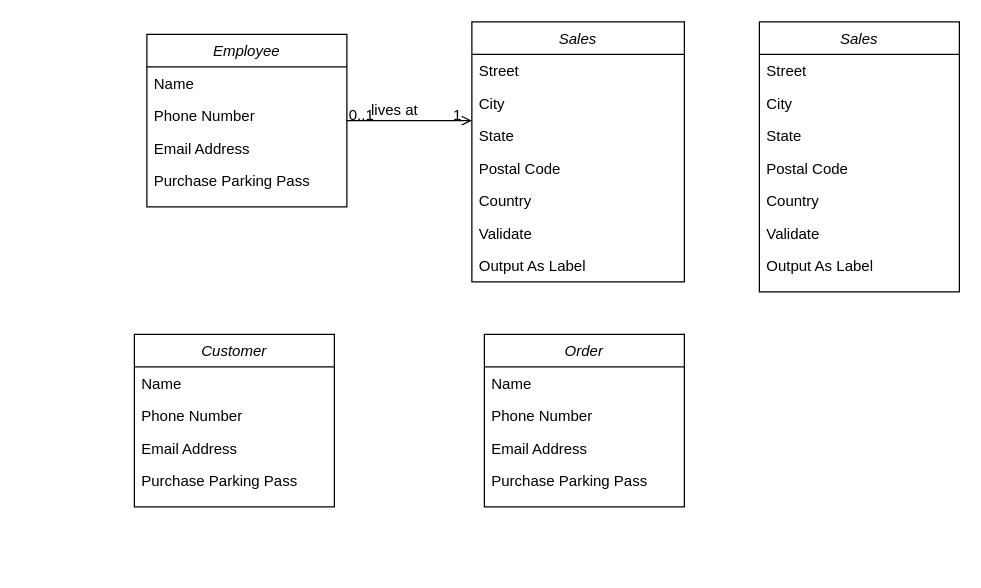
lynnc00/sql keeps this draw.io diagram as 02_assignments/Logical Model - Bookstore.drawio. Above is the earlier version. Source tidied: cells renumbered, new cells numbered last; positions are measured from the earlier drawing's top-left corner, leaving out a move shared by most shapes. Both pictures are drawn from the tidied source at 125%, with x=0, y=0 at pixel (134, 21).
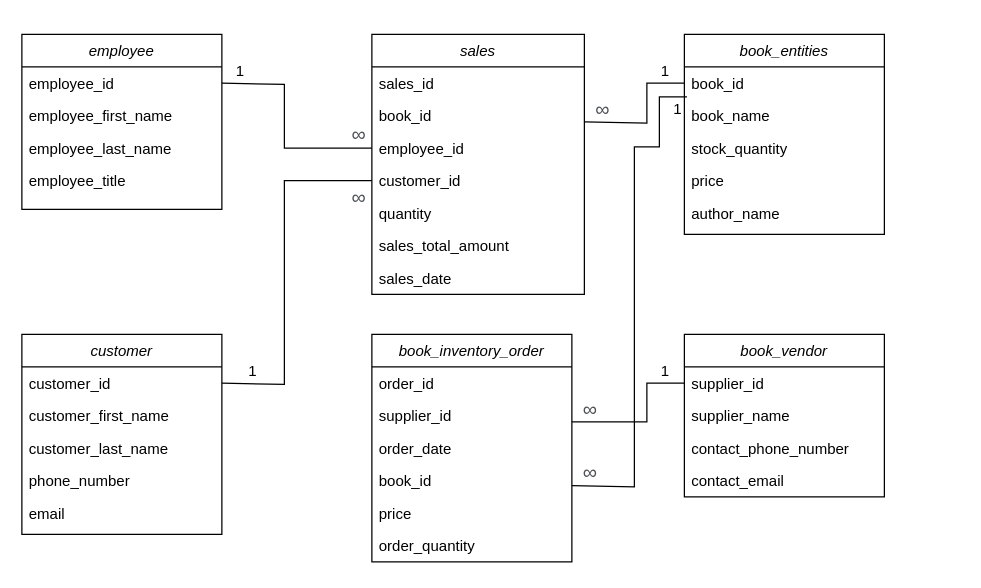
The same page after the edit.

Change to the diagram source:
```diff
@@
-    <mxCell id="2" value="Employee" style="swimlane;fontStyle=2;align=center;verticalAlign=top;horizontal=1;startSize=26;rounded=0;shadow=0;strokeWidth=1;" parent="1" vertex="1">
-      <mxGeometry x="10" y="10" width="160" height="138" as="geometry" />
+    <mxCell id="2" value="employee" style="swimlane;fontStyle=2;align=center;verticalAlign=top;horizontal=1;startSize=26;rounded=0;shadow=0;strokeWidth=1;" parent="1" vertex="1">
+      <mxGeometry x="-90" y="10" width="160" height="140" as="geometry" />
     </mxCell>
-    <mxCell id="3" value="Name" style="text;align=left;verticalAlign=top;spacingLeft=4;spacingRight=4;overflow=hidden;points=[[0,0.5],[1,0.5]];portConstraint=eastwest;" parent="2" vertex="1">
+    <mxCell id="3" value="employee_id" style="text;align=left;verticalAlign=top;spacingLeft=4;spacingRight=4;overflow=hidden;points=[[0,0.5],[1,0.5]];portConstraint=eastwest;" parent="2" vertex="1">
       <mxGeometry y="26" width="160" height="26" as="geometry" />
     </mxCell>
-    <mxCell id="4" value="Phone Number" style="text;align=left;verticalAlign=top;spacingLeft=4;spacingRight=4;overflow=hidden;rounded=0;shadow=0;html=0;" parent="2" vertex="1">
+    <mxCell id="4" value="employee_first_name" style="text;align=left;verticalAlign=top;spacingLeft=4;spacingRight=4;overflow=hidden;rounded=0;shadow=0;html=0;" parent="2" vertex="1">
       <mxGeometry y="52" width="160" height="26" as="geometry" />
     </mxCell>
-    <mxCell id="5" value="Email Address" style="text;align=left;verticalAlign=top;spacingLeft=4;spacingRight=4;overflow=hidden;rounded=0;shadow=0;html=0;" parent="2" vertex="1">
+    <mxCell id="5" value="employee_last_name" style="text;align=left;verticalAlign=top;spacingLeft=4;spacingRight=4;overflow=hidden;rounded=0;shadow=0;html=0;" parent="2" vertex="1">
       <mxGeometry y="78" width="160" height="26" as="geometry" />
     </mxCell>
-    <mxCell id="6" value="Purchase Parking Pass" style="text;align=left;verticalAlign=top;spacingLeft=4;spacingRight=4;overflow=hidden;" parent="2" vertex="1">
+    <mxCell id="6" value="employee_title" style="text;align=left;verticalAlign=top;spacingLeft=4;spacingRight=4;overflow=hidden;" parent="2" vertex="1">
       <mxGeometry y="104" width="160" height="26" as="geometry" />
     </mxCell>
-    <mxCell id="7" value="Sales" style="swimlane;fontStyle=2;align=center;verticalAlign=top;horizontal=1;startSize=26;rounded=0;shadow=0;strokeWidth=1;" parent="1" vertex="1">
-      <mxGeometry x="270" width="170" height="208" as="geometry" />
+    <mxCell id="7" value="sales" style="swimlane;fontStyle=2;align=center;verticalAlign=top;horizontal=1;startSize=26;rounded=0;shadow=0;strokeWidth=1;" parent="1" vertex="1">
+      <mxGeometry x="190" y="10" width="170" height="208" as="geometry" />
     </mxCell>
-    <mxCell id="8" value="Street" style="text;align=left;verticalAlign=top;spacingLeft=4;spacingRight=4;overflow=hidden;" parent="7" vertex="1">
+    <mxCell id="8" value="sales_id" style="text;align=left;verticalAlign=top;spacingLeft=4;spacingRight=4;overflow=hidden;" parent="7" vertex="1">
       <mxGeometry y="26" width="170" height="26" as="geometry" />
     </mxCell>
-    <mxCell id="9" value="City" style="text;align=left;verticalAlign=top;spacingLeft=4;spacingRight=4;overflow=hidden;rounded=0;shadow=0;html=0;" parent="7" vertex="1">
-      <mxGeometry y="52" width="170" height="26" as="geometry" />
-    </mxCell>
+    <mxCell id="11" value="book_id" style="text;align=left;verticalAlign=top;spacingLeft=4;spacingRight=4;overflow=hidden;rounded=0;shadow=0;html=0;" parent="7" vertex="1">
+      <mxGeometry y="52" width="170" height="26" as="geometry" />
+    </mxCell>
-    <mxCell id="10" value="State" style="text;align=left;verticalAlign=top;spacingLeft=4;spacingRight=4;overflow=hidden;points=[[0,0.5],[1,0.5]];portConstraint=eastwest;rounded=0;shadow=0;html=0;" parent="7" vertex="1">
+    <mxCell id="10" value="employee_id" style="text;align=left;verticalAlign=top;spacingLeft=4;spacingRight=4;overflow=hidden;points=[[0,0.5],[1,0.5]];portConstraint=eastwest;rounded=0;shadow=0;html=0;" parent="7" vertex="1">
       <mxGeometry y="78" width="170" height="26" as="geometry" />
     </mxCell>
-    <mxCell id="11" value="Postal Code" style="text;align=left;verticalAlign=top;spacingLeft=4;spacingRight=4;overflow=hidden;rounded=0;shadow=0;html=0;" parent="7" vertex="1">
-      <mxGeometry y="104" width="170" height="26" as="geometry" />
-    </mxCell>
+    <mxCell id="37" value="customer_id" style="text;align=left;verticalAlign=top;spacingLeft=4;spacingRight=4;overflow=hidden;points=[[0,0.5],[1,0.5]];portConstraint=eastwest;rounded=0;shadow=0;html=0;" parent="7" vertex="1">
+      <mxGeometry y="104" width="170" height="26" as="geometry" />
+    </mxCell>
+    <mxCell id="38" value="quantity" style="text;align=left;verticalAlign=top;spacingLeft=4;spacingRight=4;overflow=hidden;rounded=0;shadow=0;html=0;" parent="7" vertex="1">
+      <mxGeometry y="130" width="170" height="26" as="geometry" />
+    </mxCell>
-    <mxCell id="12" value="Country" style="text;align=left;verticalAlign=top;spacingLeft=4;spacingRight=4;overflow=hidden;rounded=0;shadow=0;html=0;" parent="7" vertex="1">
-      <mxGeometry y="130" width="170" height="26" as="geometry" />
+    <mxCell id="12" value="sales_total_amount" style="text;align=left;verticalAlign=top;spacingLeft=4;spacingRight=4;overflow=hidden;rounded=0;shadow=0;html=0;" parent="7" vertex="1">
+      <mxGeometry y="156" width="170" height="26" as="geometry" />
     </mxCell>
-    <mxCell id="13" value="Validate" style="text;align=left;verticalAlign=top;spacingLeft=4;spacingRight=4;overflow=hidden;" parent="7" vertex="1">
-      <mxGeometry y="156" width="170" height="26" as="geometry" />
-    </mxCell>
-    <mxCell id="14" value="Output As Label" style="text;align=left;verticalAlign=top;spacingLeft=4;spacingRight=4;overflow=hidden;" parent="7" vertex="1">
-      <mxGeometry y="182" width="170" height="26" as="geometry" />
-    </mxCell>
-    <mxCell id="15" style="endArrow=open;shadow=0;strokeWidth=1;rounded=0;curved=0;endFill=1;edgeStyle=elbowEdgeStyle;elbow=vertical;" parent="1" edge="1" source="2" target="7">
-      <mxGeometry x="0.5" y="41" relative="1" as="geometry">
-        <mxPoint x="-40" y="32" as="offset" />
-      </mxGeometry>
-    </mxCell>
-    <mxCell id="16" value="0..1" style="align=left;verticalAlign=bottom;labelBackgroundColor=none;fontSize=12;" parent="15" vertex="1">
-      <mxGeometry x="-1" relative="1" as="geometry">
-        <mxPoint y="4" as="offset" />
-      </mxGeometry>
-    </mxCell>
-    <mxCell id="17" value="1" style="align=right;verticalAlign=bottom;labelBackgroundColor=none;fontSize=12;" parent="15" vertex="1">
-      <mxGeometry x="1" relative="1" as="geometry">
-        <mxPoint x="-7" y="4" as="offset" />
-      </mxGeometry>
-    </mxCell>
-    <mxCell id="18" value="lives at" style="text;html=1;align=center;verticalAlign=middle;labelBackgroundColor=none;rounded=0;shadow=0;strokeWidth=1;fontSize=12;" parent="15" vertex="1">
-      <mxGeometry x="0.5" y="49" relative="1" as="geometry">
-        <mxPoint x="-38" y="40" as="offset" />
-      </mxGeometry>
-    </mxCell>
+    <mxCell id="39" value="sales_date" style="text;align=left;verticalAlign=top;spacingLeft=4;spacingRight=4;overflow=hidden;rounded=0;shadow=0;html=0;" parent="7" vertex="1">
+      <mxGeometry y="182" width="170" height="26" as="geometry" />
+    </mxCell>
-    <mxCell id="19" value="Customer" style="swimlane;fontStyle=2;align=center;verticalAlign=top;horizontal=1;startSize=26;rounded=0;shadow=0;strokeWidth=1;" parent="1" vertex="1">
-      <mxGeometry y="250" width="160" height="138" as="geometry" />
+    <mxCell id="19" value="customer" style="swimlane;fontStyle=2;align=center;verticalAlign=top;horizontal=1;startSize=26;rounded=0;shadow=0;strokeWidth=1;" parent="1" vertex="1">
+      <mxGeometry x="-90" y="250" width="160" height="160" as="geometry" />
     </mxCell>
-    <mxCell id="20" value="Name" style="text;align=left;verticalAlign=top;spacingLeft=4;spacingRight=4;overflow=hidden;points=[[0,0.5],[1,0.5]];portConstraint=eastwest;" parent="19" vertex="1">
+    <mxCell id="20" value="customer_id" style="text;align=left;verticalAlign=top;spacingLeft=4;spacingRight=4;overflow=hidden;points=[[0,0.5],[1,0.5]];portConstraint=eastwest;" parent="19" vertex="1">
       <mxGeometry y="26" width="160" height="26" as="geometry" />
     </mxCell>
-    <mxCell id="21" value="Phone Number" style="text;align=left;verticalAlign=top;spacingLeft=4;spacingRight=4;overflow=hidden;rounded=0;shadow=0;html=0;" parent="19" vertex="1">
+    <mxCell id="21" value="customer_first_name" style="text;align=left;verticalAlign=top;spacingLeft=4;spacingRight=4;overflow=hidden;rounded=0;shadow=0;html=0;" parent="19" vertex="1">
       <mxGeometry y="52" width="160" height="26" as="geometry" />
     </mxCell>
-    <mxCell id="22" value="Email Address" style="text;align=left;verticalAlign=top;spacingLeft=4;spacingRight=4;overflow=hidden;rounded=0;shadow=0;html=0;" parent="19" vertex="1">
+    <mxCell id="22" value="customer_last_name" style="text;align=left;verticalAlign=top;spacingLeft=4;spacingRight=4;overflow=hidden;rounded=0;shadow=0;html=0;" parent="19" vertex="1">
       <mxGeometry y="78" width="160" height="26" as="geometry" />
     </mxCell>
+    <mxCell id="40" value="phone_number" style="text;align=left;verticalAlign=top;spacingLeft=4;spacingRight=4;overflow=hidden;" parent="19" vertex="1">
+      <mxGeometry y="104" width="160" height="26" as="geometry" />
+    </mxCell>
-    <mxCell id="23" value="Purchase Parking Pass" style="text;align=left;verticalAlign=top;spacingLeft=4;spacingRight=4;overflow=hidden;" parent="19" vertex="1">
-      <mxGeometry y="104" width="160" height="26" as="geometry" />
+    <mxCell id="23" value="email" style="text;align=left;verticalAlign=top;spacingLeft=4;spacingRight=4;overflow=hidden;" parent="19" vertex="1">
+      <mxGeometry y="130" width="160" height="30" as="geometry" />
     </mxCell>
-    <mxCell id="24" value="Order" style="swimlane;fontStyle=2;align=center;verticalAlign=top;horizontal=1;startSize=26;rounded=0;shadow=0;strokeWidth=1;" parent="1" vertex="1">
-      <mxGeometry x="280" y="250" width="160" height="138" as="geometry" />
+    <mxCell id="24" value="book_inventory_order" style="swimlane;fontStyle=2;align=center;verticalAlign=top;horizontal=1;startSize=26;rounded=0;shadow=0;strokeWidth=1;" parent="1" vertex="1">
+      <mxGeometry x="190" y="250" width="160" height="182" as="geometry" />
     </mxCell>
-    <mxCell id="25" value="Name" style="text;align=left;verticalAlign=top;spacingLeft=4;spacingRight=4;overflow=hidden;" parent="24" vertex="1">
+    <mxCell id="25" value="order_id" style="text;align=left;verticalAlign=top;spacingLeft=4;spacingRight=4;overflow=hidden;" parent="24" vertex="1">
       <mxGeometry y="26" width="160" height="26" as="geometry" />
     </mxCell>
-    <mxCell id="26" value="Phone Number" style="text;align=left;verticalAlign=top;spacingLeft=4;spacingRight=4;overflow=hidden;rounded=0;shadow=0;html=0;" parent="24" vertex="1">
+    <mxCell id="26" value="supplier_id" style="text;align=left;verticalAlign=top;spacingLeft=4;spacingRight=4;overflow=hidden;rounded=0;shadow=0;html=0;" parent="24" vertex="1">
       <mxGeometry y="52" width="160" height="26" as="geometry" />
     </mxCell>
-    <mxCell id="27" value="Email Address" style="text;align=left;verticalAlign=top;spacingLeft=4;spacingRight=4;overflow=hidden;rounded=0;shadow=0;html=0;" parent="24" vertex="1">
+    <mxCell id="27" value="order_date" style="text;align=left;verticalAlign=top;spacingLeft=4;spacingRight=4;overflow=hidden;rounded=0;shadow=0;html=0;" parent="24" vertex="1">
       <mxGeometry y="78" width="160" height="26" as="geometry" />
     </mxCell>
-    <mxCell id="28" value="Purchase Parking Pass" style="text;align=left;verticalAlign=top;spacingLeft=4;spacingRight=4;overflow=hidden;" parent="24" vertex="1">
+    <mxCell id="28" value="book_id" style="text;align=left;verticalAlign=top;spacingLeft=4;spacingRight=4;overflow=hidden;" parent="24" vertex="1">
       <mxGeometry y="104" width="160" height="26" as="geometry" />
     </mxCell>
+    <mxCell id="41" value="price" style="text;align=left;verticalAlign=top;spacingLeft=4;spacingRight=4;overflow=hidden;" parent="24" vertex="1">
+      <mxGeometry y="130" width="160" height="26" as="geometry" />
+    </mxCell>
+    <mxCell id="42" value="order_quantity" style="text;align=left;verticalAlign=top;spacingLeft=4;spacingRight=4;overflow=hidden;" parent="24" vertex="1">
+      <mxGeometry y="156" width="160" height="26" as="geometry" />
+    </mxCell>
-    <mxCell id="29" value="Sales" style="swimlane;fontStyle=2;align=center;verticalAlign=top;horizontal=1;startSize=26;rounded=0;shadow=0;strokeWidth=1;" parent="1" vertex="1">
-      <mxGeometry x="500" width="160" height="216" as="geometry" />
+    <mxCell id="29" value="book_entities" style="swimlane;fontStyle=2;align=center;verticalAlign=top;horizontal=1;startSize=26;rounded=0;shadow=0;strokeWidth=1;" parent="1" vertex="1">
+      <mxGeometry x="440" y="10" width="160" height="160" as="geometry" />
     </mxCell>
-    <mxCell id="30" value="Street" style="text;align=left;verticalAlign=top;spacingLeft=4;spacingRight=4;overflow=hidden;points=[[0,0.5],[1,0.5]];portConstraint=eastwest;" parent="29" vertex="1">
+    <mxCell id="30" value="book_id" style="text;align=left;verticalAlign=top;spacingLeft=4;spacingRight=4;overflow=hidden;points=[[0,0.5],[1,0.5]];portConstraint=eastwest;" parent="29" vertex="1">
       <mxGeometry y="26" width="160" height="26" as="geometry" />
     </mxCell>
-    <mxCell id="31" value="City" style="text;align=left;verticalAlign=top;spacingLeft=4;spacingRight=4;overflow=hidden;rounded=0;shadow=0;html=0;" parent="29" vertex="1">
+    <mxCell id="31" value="book_name" style="text;align=left;verticalAlign=top;spacingLeft=4;spacingRight=4;overflow=hidden;rounded=0;shadow=0;html=0;" parent="29" vertex="1">
       <mxGeometry y="52" width="160" height="26" as="geometry" />
     </mxCell>
-    <mxCell id="32" value="State" style="text;align=left;verticalAlign=top;spacingLeft=4;spacingRight=4;overflow=hidden;rounded=0;shadow=0;html=0;" parent="29" vertex="1">
+    <mxCell id="32" value="stock_quantity" style="text;align=left;verticalAlign=top;spacingLeft=4;spacingRight=4;overflow=hidden;rounded=0;shadow=0;html=0;" parent="29" vertex="1">
       <mxGeometry y="78" width="160" height="26" as="geometry" />
     </mxCell>
-    <mxCell id="33" value="Postal Code" style="text;align=left;verticalAlign=top;spacingLeft=4;spacingRight=4;overflow=hidden;rounded=0;shadow=0;html=0;" parent="29" vertex="1">
+    <mxCell id="33" value="price" style="text;align=left;verticalAlign=top;spacingLeft=4;spacingRight=4;overflow=hidden;rounded=0;shadow=0;html=0;" parent="29" vertex="1">
       <mxGeometry y="104" width="160" height="26" as="geometry" />
     </mxCell>
-    <mxCell id="34" value="Country" style="text;align=left;verticalAlign=top;spacingLeft=4;spacingRight=4;overflow=hidden;rounded=0;shadow=0;html=0;" parent="29" vertex="1">
+    <mxCell id="34" value="author_name" style="text;align=left;verticalAlign=top;spacingLeft=4;spacingRight=4;overflow=hidden;rounded=0;shadow=0;html=0;" parent="29" vertex="1">
       <mxGeometry y="130" width="160" height="26" as="geometry" />
     </mxCell>
-    <mxCell id="35" value="Validate" style="text;align=left;verticalAlign=top;spacingLeft=4;spacingRight=4;overflow=hidden;" parent="29" vertex="1">
-      <mxGeometry y="156" width="160" height="26" as="geometry" />
-    </mxCell>
-    <mxCell id="36" value="Output As Label" style="text;align=left;verticalAlign=top;spacingLeft=4;spacingRight=4;overflow=hidden;" parent="29" vertex="1">
-      <mxGeometry y="182" width="160" height="26" as="geometry" />
-    </mxCell>
+    <mxCell id="43" style="endArrow=none;html=1;rounded=0;entryX=1;entryY=0.5;entryDx=0;entryDy=0;exitX=0;exitY=0.5;exitDx=0;exitDy=0;" parent="1" edge="1" source="10" target="3">
+      <mxGeometry relative="1" as="geometry">
+        <Array as="points">
+          <mxPoint x="120" y="101" />
+          <mxPoint x="120" y="50" />
+        </Array>
+      </mxGeometry>
+    </mxCell>
+    <mxCell id="44" value="1" style="text;strokeColor=none;align=center;fillColor=none;html=1;verticalAlign=middle;whiteSpace=wrap;rounded=0;" parent="1" vertex="1">
+      <mxGeometry x="60" y="30" width="50" height="20" as="geometry" />
+    </mxCell>
+    <mxCell id="45" value="&lt;span style=&quot;color: rgb(77, 81, 86); font-family: &amp;quot;Google Sans&amp;quot;, arial, sans-serif; font-size: 16px; text-align: start; background-color: rgb(255, 255, 255);&quot;&gt;∞&lt;/span&gt;" style="text;strokeColor=none;align=center;fillColor=none;html=1;verticalAlign=middle;whiteSpace=wrap;rounded=0;" parent="1" vertex="1">
+      <mxGeometry x="170" y="80" width="20" height="20" as="geometry" />
+    </mxCell>
+    <mxCell id="46" style="endArrow=none;html=1;rounded=0;entryX=1;entryY=0.5;entryDx=0;entryDy=0;exitX=0;exitY=0.5;exitDx=0;exitDy=0;" parent="1" edge="1" source="37" target="20">
+      <mxGeometry relative="1" as="geometry">
+        <Array as="points">
+          <mxPoint x="120" y="127" />
+          <mxPoint x="120" y="290" />
+        </Array>
+      </mxGeometry>
+    </mxCell>
+    <mxCell id="47" value="book_vendor" style="swimlane;fontStyle=2;align=center;verticalAlign=top;horizontal=1;startSize=26;rounded=0;shadow=0;strokeWidth=1;" parent="1" vertex="1">
+      <mxGeometry x="440" y="250" width="160" height="130" as="geometry" />
+    </mxCell>
+    <mxCell id="48" value="supplier_id" style="text;align=left;verticalAlign=top;spacingLeft=4;spacingRight=4;overflow=hidden;points=[[0,0.5],[1,0.5]];portConstraint=eastwest;" parent="47" vertex="1">
+      <mxGeometry y="26" width="160" height="26" as="geometry" />
+    </mxCell>
+    <mxCell id="49" value="supplier_name" style="text;align=left;verticalAlign=top;spacingLeft=4;spacingRight=4;overflow=hidden;rounded=0;shadow=0;html=0;" parent="47" vertex="1">
+      <mxGeometry y="52" width="160" height="26" as="geometry" />
+    </mxCell>
+    <mxCell id="50" value="contact_phone_number" style="text;align=left;verticalAlign=top;spacingLeft=4;spacingRight=4;overflow=hidden;rounded=0;shadow=0;html=0;" parent="47" vertex="1">
+      <mxGeometry y="78" width="160" height="26" as="geometry" />
+    </mxCell>
+    <mxCell id="51" value="contact_email" style="text;align=left;verticalAlign=top;spacingLeft=4;spacingRight=4;overflow=hidden;" parent="47" vertex="1">
+      <mxGeometry y="104" width="160" height="26" as="geometry" />
+    </mxCell>
+    <mxCell id="52" style="endArrow=none;html=1;rounded=0;entryX=1;entryY=0.5;entryDx=0;entryDy=0;exitX=0;exitY=0.5;exitDx=0;exitDy=0;" parent="1" edge="1" source="30">
+      <mxGeometry relative="1" as="geometry">
+        <mxPoint x="360" y="80" as="targetPoint" />
+        <Array as="points">
+          <mxPoint x="410" y="49" />
+          <mxPoint x="410" y="81" />
+        </Array>
+      </mxGeometry>
+    </mxCell>
+    <mxCell id="53" value="1" style="text;strokeColor=none;align=center;fillColor=none;html=1;verticalAlign=middle;whiteSpace=wrap;rounded=0;" parent="1" vertex="1">
+      <mxGeometry x="400" y="30" width="50" height="20" as="geometry" />
+    </mxCell>
+    <mxCell id="54" value="&lt;span style=&quot;color: rgb(77, 81, 86); font-family: &amp;quot;Google Sans&amp;quot;, arial, sans-serif; font-size: 16px; text-align: start; background-color: rgb(255, 255, 255);&quot;&gt;∞&lt;/span&gt;" style="text;strokeColor=none;align=center;fillColor=none;html=1;verticalAlign=middle;whiteSpace=wrap;rounded=0;" parent="1" vertex="1">
+      <mxGeometry x="360" y="60" width="30" height="20" as="geometry" />
+    </mxCell>
+    <mxCell id="55" value="1" style="text;strokeColor=none;align=center;fillColor=none;html=1;verticalAlign=middle;whiteSpace=wrap;rounded=0;" parent="1" vertex="1">
+      <mxGeometry x="70" y="270" width="50" height="20" as="geometry" />
+    </mxCell>
+    <mxCell id="56" value="&lt;span style=&quot;color: rgb(77, 81, 86); font-family: &amp;quot;Google Sans&amp;quot;, arial, sans-serif; font-size: 16px; text-align: start; background-color: rgb(255, 255, 255);&quot;&gt;∞&lt;/span&gt;" style="text;strokeColor=none;align=center;fillColor=none;html=1;verticalAlign=middle;whiteSpace=wrap;rounded=0;" parent="1" vertex="1">
+      <mxGeometry x="170" y="130" width="20" height="20" as="geometry" />
+    </mxCell>
+    <mxCell id="57" style="endArrow=none;html=1;rounded=0;entryX=1;entryY=0.5;entryDx=0;entryDy=0;exitX=0.013;exitY=0.923;exitDx=0;exitDy=0;exitPerimeter=0;" parent="1" edge="1" source="30">
+      <mxGeometry relative="1" as="geometry">
+        <mxPoint x="350" y="371" as="targetPoint" />
+        <Array as="points">
+          <mxPoint x="420" y="60" />
+          <mxPoint x="420" y="100" />
+          <mxPoint x="400" y="100" />
+          <mxPoint x="400" y="160" />
+          <mxPoint x="400" y="372" />
+        </Array>
+      </mxGeometry>
+    </mxCell>
+    <mxCell id="58" value="1" style="text;strokeColor=none;align=center;fillColor=none;html=1;verticalAlign=middle;whiteSpace=wrap;rounded=0;" parent="1" vertex="1">
+      <mxGeometry x="430" y="65" width="10" height="10" as="geometry" />
+    </mxCell>
+    <mxCell id="59" value="&lt;span style=&quot;color: rgb(77, 81, 86); font-family: &amp;quot;Google Sans&amp;quot;, arial, sans-serif; font-size: 16px; text-align: start; background-color: rgb(255, 255, 255);&quot;&gt;∞&lt;/span&gt;" style="text;strokeColor=none;align=center;fillColor=none;html=1;verticalAlign=middle;whiteSpace=wrap;rounded=0;" parent="1" vertex="1">
+      <mxGeometry x="350" y="350" width="30" height="20" as="geometry" />
+    </mxCell>
+    <mxCell id="60" style="endArrow=none;html=1;rounded=0;entryX=0;entryY=0.5;entryDx=0;entryDy=0;" parent="1" edge="1" target="48">
+      <mxGeometry relative="1" as="geometry">
+        <mxPoint x="350" y="320" as="sourcePoint" />
+        <Array as="points">
+          <mxPoint x="410" y="320" />
+          <mxPoint x="410" y="289" />
+        </Array>
+      </mxGeometry>
+    </mxCell>
+    <mxCell id="61" value="1" style="text;strokeColor=none;align=center;fillColor=none;html=1;verticalAlign=middle;whiteSpace=wrap;rounded=0;" parent="1" vertex="1">
+      <mxGeometry x="420" y="275" width="10" height="10" as="geometry" />
+    </mxCell>
+    <mxCell id="62" value="&lt;span style=&quot;color: rgb(77, 81, 86); font-family: &amp;quot;Google Sans&amp;quot;, arial, sans-serif; font-size: 16px; text-align: start; background-color: rgb(255, 255, 255);&quot;&gt;∞&lt;/span&gt;" style="text;strokeColor=none;align=center;fillColor=none;html=1;verticalAlign=middle;whiteSpace=wrap;rounded=0;" parent="1" vertex="1">
+      <mxGeometry x="350" y="300" width="30" height="20" as="geometry" />
+    </mxCell>
```
